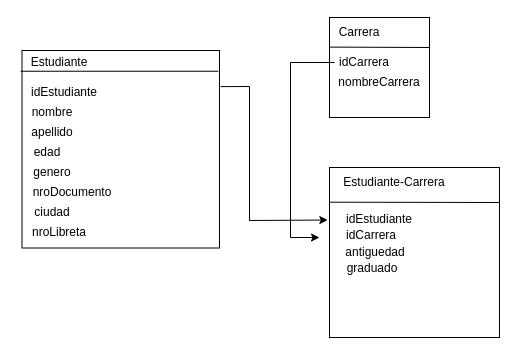
The draw.io diagram DER.drawio in claudiocarmusciano/integrador2, before the edit. Source tidied: cells renumbered, new cells numbered last; positions are measured from the earlier drawing's top-left corner, leaving out a move shared by most shapes. Both pictures are drawn from the tidied source at 100%, with x=0, y=0 at pixel (17, 17).
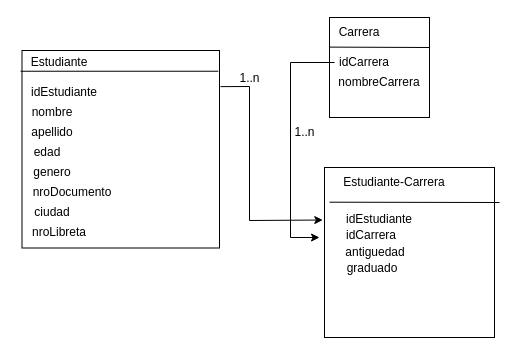
The same diagram, later.

What changed in the source:
```diff
@@
     <mxCell id="19" style="whiteSpace=wrap;html=1;" parent="1" vertex="1">
-      <mxGeometry x="312" y="150" width="170" height="170" as="geometry" />
+      <mxGeometry x="307" y="150" width="170" height="170" as="geometry" />
     </mxCell>
@@
+    <mxCell id="27" value="1..n" style="text;html=1;align=center;verticalAlign=middle;strokeColor=none;fillColor=none;" parent="1" vertex="1">
+      <mxGeometry x="267" y="100" width="40" height="30" as="geometry" />
+    </mxCell>
+    <mxCell id="28" value="1..n" style="text;html=1;align=center;verticalAlign=middle;strokeColor=none;fillColor=none;" parent="1" vertex="1">
+      <mxGeometry x="212" y="46" width="40" height="30" as="geometry" />
+    </mxCell>
```
